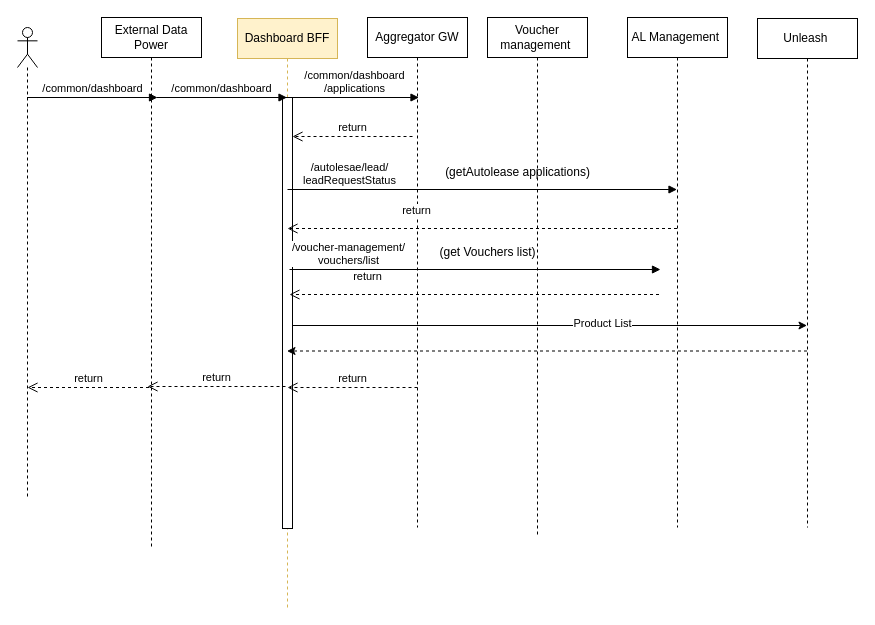
MHosnii/Migration keeps this draw.io diagram as page "Page-1" (1 of 2) of Dashboard.drawio. Above is the earlier version. Source tidied: cells renumbered, new cells numbered last; positions are measured from the earlier drawing's top-left corner, leaving out a move shared by most shapes. Both pictures are drawn from the tidied source at 100%, with x=0, y=0 at pixel (17, 17).
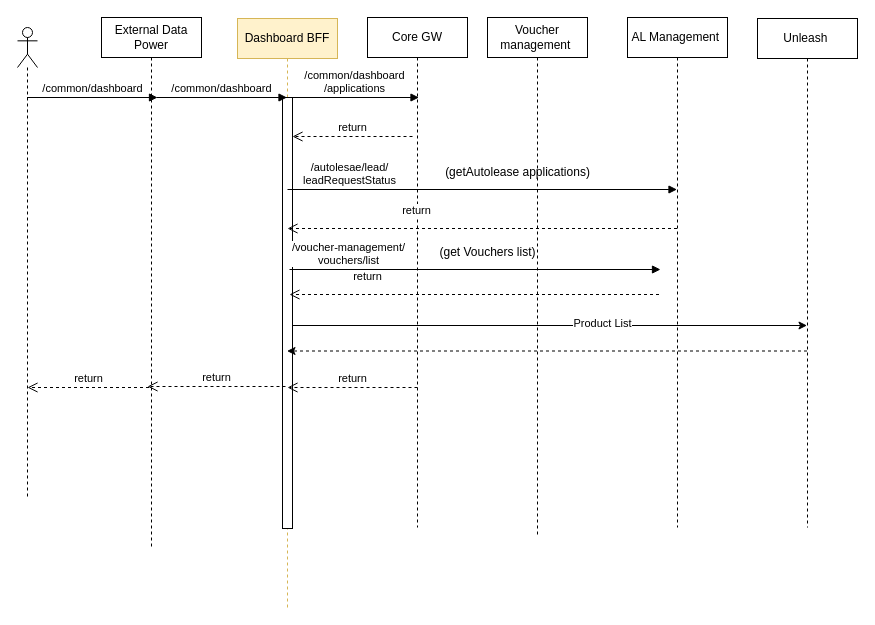
Above is the later version.

Diff of the diagram source:
```diff
@@
-    <mxCell id="10" value="Aggregator GW" style="shape=umlLifeline;perimeter=lifelinePerimeter;whiteSpace=wrap;html=1;newEdgeStyle={&quot;curved&quot;:0,&quot;rounded&quot;:0};" parent="1" vertex="1">
+    <mxCell id="10" value="Core GW" style="shape=umlLifeline;perimeter=lifelinePerimeter;whiteSpace=wrap;html=1;newEdgeStyle={&quot;curved&quot;:0,&quot;rounded&quot;:0};" parent="1" vertex="1">
       <mxGeometry x="350" width="100" height="510" as="geometry" />
     </mxCell>
```
